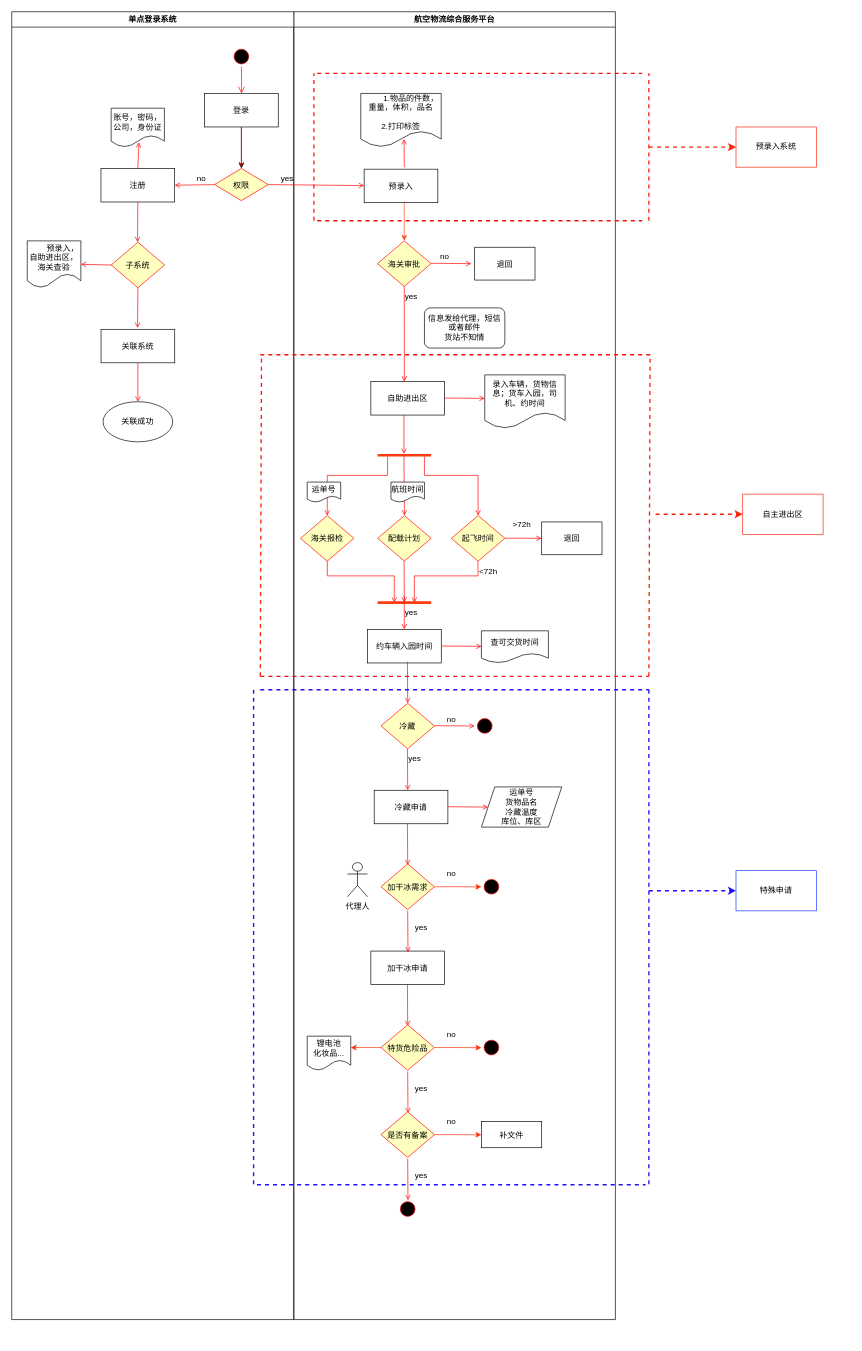
This is 交货流程.drawio from sheink21/NEW, a draw.io file, before an edit. Source tidied: cells renumbered, new cells numbered last; positions are measured from the earlier drawing's top-left corner, leaving out a move shared by most shapes. Both pictures are drawn from the tidied source at 67%, with x=0, y=0 at pixel (11, 11).
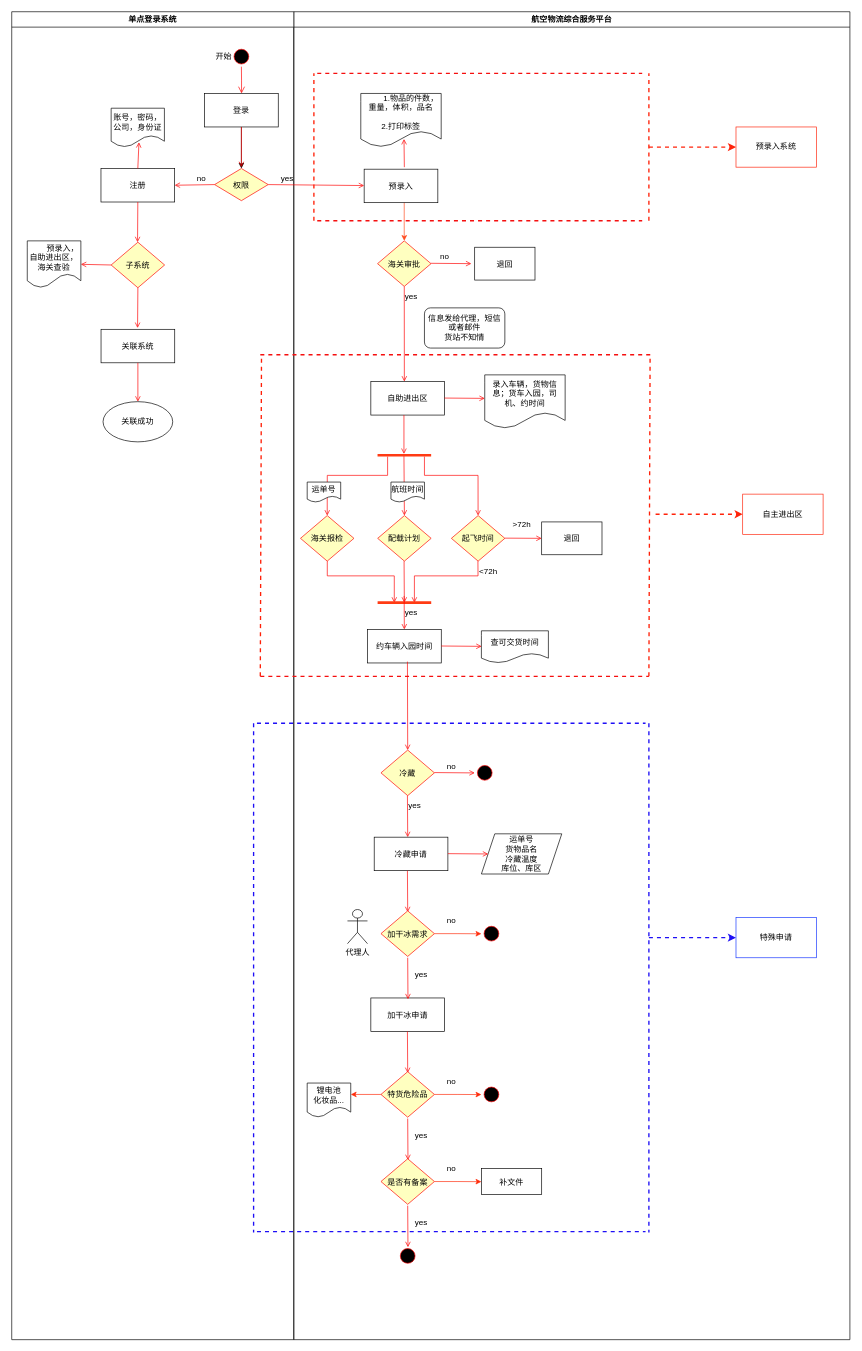
The same page after the edit.

Commit message (it also covers changes not shown here):
更新交货流程.drawio

Change to the diagram source:
```diff
@@
     <mxCell id="2" value="航空物流综合服务平台" style="swimlane;whiteSpace=wrap;" parent="1" vertex="1">
-      <mxGeometry x="421" width="480" height="1952" as="geometry" />
+      <mxGeometry x="421" width="830" height="1982" as="geometry" />
     </mxCell>
@@
+    <mxCell id="37" style="endArrow=open;strokeColor=#FF0000;endFill=1;rounded=0;exitX=0.5;exitY=1;exitDx=0;exitDy=0;entryX=0.5;entryY=0;entryDx=0;entryDy=0;" parent="2" edge="1" target="36">
+      <mxGeometry relative="1" as="geometry">
+        <mxPoint x="169.6" y="970" as="sourcePoint" />
+      </mxGeometry>
+    </mxCell>
+    <mxCell id="67" style="endArrow=none;dashed=1;html=1;rounded=0;strokeWidth=2;strokeColor=#f50f0f;" parent="2" edge="1">
+      <mxGeometry relative="1" as="geometry">
+        <mxPoint x="35" y="92" as="sourcePoint" />
+        <mxPoint x="520" y="92" as="targetPoint" />
+      </mxGeometry>
+    </mxCell>
+    <mxCell id="68" style="endArrow=none;dashed=1;html=1;rounded=0;strokeWidth=2;strokeColor=#f50f0f;" parent="2" edge="1">
+      <mxGeometry relative="1" as="geometry">
+        <mxPoint x="35" y="312" as="sourcePoint" />
+        <mxPoint x="520" y="312" as="targetPoint" />
+      </mxGeometry>
+    </mxCell>
+    <mxCell id="71" value="退回" parent="2" vertex="1">
+      <mxGeometry x="370" y="761.5" width="90" height="49" as="geometry" />
+    </mxCell>
+    <mxCell id="72" value="退回" parent="2" vertex="1">
+      <mxGeometry x="270" y="351.5" width="90" height="49" as="geometry" />
+    </mxCell>
     <mxCell id="36" value="冷藏" style="rhombus;fillColor=#ffffc0;strokeColor=#ff0000;" parent="2" vertex="1">
-      <mxGeometry x="130.1" y="1032" width="79.8" height="68" as="geometry" />
+      <mxGeometry x="130.1" y="1102" width="79.8" height="68" as="geometry" />
     </mxCell>
-    <mxCell id="37" style="endArrow=open;strokeColor=#FF0000;endFill=1;rounded=0;exitX=0.5;exitY=1;exitDx=0;exitDy=0;" parent="2" edge="1">
-      <mxGeometry relative="1" as="geometry">
-        <mxPoint x="169.6" y="970" as="sourcePoint" />
-        <mxPoint x="170" y="1032" as="targetPoint" />
-      </mxGeometry>
-    </mxCell>
     <mxCell id="38" style="endArrow=open;strokeColor=#FF0000;endFill=1;rounded=0;exitX=0.5;exitY=1;exitDx=0;exitDy=0;" parent="2" edge="1">
       <mxGeometry relative="1" as="geometry">
-        <mxPoint x="169.6" y="1100" as="sourcePoint" />
-        <mxPoint x="170" y="1162" as="targetPoint" />
+        <mxPoint x="169.6" y="1170" as="sourcePoint" />
+        <mxPoint x="170" y="1232" as="targetPoint" />
       </mxGeometry>
     </mxCell>
     <mxCell id="39" style="endArrow=open;strokeColor=#FF0000;endFill=1;rounded=0;exitX=1;exitY=0.5;exitDx=0;exitDy=0;" parent="2" edge="1">
       <mxGeometry relative="1" as="geometry">
-        <mxPoint x="209.9" y="1065.6" as="sourcePoint" />
-        <mxPoint x="270.1" y="1066.1" as="targetPoint" />
+        <mxPoint x="209.9" y="1135.6" as="sourcePoint" />
+        <mxPoint x="270.1" y="1136.1" as="targetPoint" />
       </mxGeometry>
     </mxCell>
     <mxCell id="40" value="no" style="text;html=1;align=center;verticalAlign=middle;strokeColor=none;fillColor=none;" parent="2" vertex="1">
-      <mxGeometry x="214.9" y="1042" width="40" height="30" as="geometry" />
+      <mxGeometry x="214.9" y="1112" width="40" height="30" as="geometry" />
     </mxCell>
     <mxCell id="41" value="冷藏申请" parent="2" vertex="1">
-      <mxGeometry x="120" y="1162" width="110" height="50" as="geometry" />
+      <mxGeometry x="120" y="1232" width="110" height="50" as="geometry" />
     </mxCell>
     <mxCell id="42" style="endArrow=open;strokeColor=#FF0000;endFill=1;rounded=0;exitX=0.5;exitY=1;exitDx=0;exitDy=0;" parent="2" edge="1">
       <mxGeometry relative="1" as="geometry">
-        <mxPoint x="169.6" y="1212" as="sourcePoint" />
-        <mxPoint x="170" y="1274" as="targetPoint" />
+        <mxPoint x="169.6" y="1282" as="sourcePoint" />
+        <mxPoint x="170" y="1344" as="targetPoint" />
       </mxGeometry>
     </mxCell>
     <mxCell id="43" value="运单号&lt;div&gt;货物品名&lt;/div&gt;&lt;div&gt;冷藏温度&lt;/div&gt;&lt;div&gt;库位、库区&lt;/div&gt;" style="shape=parallelogram;perimeter=parallelogramPerimeter;whiteSpace=wrap;html=1;fixedSize=1;" parent="2" vertex="1">
-      <mxGeometry x="280" y="1157" width="120" height="60" as="geometry" />
+      <mxGeometry x="280" y="1227" width="120" height="60" as="geometry" />
     </mxCell>
     <mxCell id="44" style="endArrow=open;strokeColor=#FF0000;endFill=1;rounded=0;exitX=1;exitY=0.5;exitDx=0;exitDy=0;" parent="2" edge="1">
       <mxGeometry relative="1" as="geometry">
-        <mxPoint x="230" y="1186.6" as="sourcePoint" />
-        <mxPoint x="290.2" y="1187.1" as="targetPoint" />
+        <mxPoint x="230" y="1256.6" as="sourcePoint" />
+        <mxPoint x="290.2" y="1257.1" as="targetPoint" />
       </mxGeometry>
     </mxCell>
     <mxCell id="45" style="edgeStyle=orthogonalEdgeStyle;rounded=0;jettySize=auto;html=1;exitX=1;exitY=0.5;exitDx=0;exitDy=0;strokeColor=#FF2B0A;" parent="2" edge="1" source="46">
       <mxGeometry relative="1" as="geometry">
-        <mxPoint x="280" y="1306.2" as="targetPoint" />
+        <mxPoint x="280" y="1376.2" as="targetPoint" />
       </mxGeometry>
     </mxCell>
     <mxCell id="46" value="加干冰需求" style="rhombus;fillColor=#ffffc0;strokeColor=#ff0000;" parent="2" vertex="1">
-      <mxGeometry x="130.1" y="1272" width="79.8" height="68" as="geometry" />
+      <mxGeometry x="130.1" y="1342" width="79.8" height="68" as="geometry" />
     </mxCell>
     <mxCell id="47" value="no" style="text;html=1;align=center;verticalAlign=middle;strokeColor=none;fillColor=none;" parent="2" vertex="1">
-      <mxGeometry x="215" y="1272" width="40" height="30" as="geometry" />
+      <mxGeometry x="215" y="1342" width="40" height="30" as="geometry" />
     </mxCell>
     <mxCell id="48" style="ellipse;shape=startState;fillColor=#000000;strokeColor=#ff0000;" parent="2" vertex="1">
-      <mxGeometry x="280" y="1291" width="30" height="30" as="geometry" />
+      <mxGeometry x="280" y="1361" width="30" height="30" as="geometry" />
     </mxCell>
     <mxCell id="49" style="ellipse;shape=startState;fillColor=#000000;strokeColor=#ff0000;" parent="2" vertex="1">
-      <mxGeometry x="270" y="1051" width="30" height="30" as="geometry" />
+      <mxGeometry x="270" y="1121" width="30" height="30" as="geometry" />
     </mxCell>
     <mxCell id="50" value="代理人" style="shape=umlActor;verticalLabelPosition=bottom;verticalAlign=top;html=1;" parent="2" vertex="1">
-      <mxGeometry x="80.1" y="1270" width="29.9" height="51" as="geometry" />
+      <mxGeometry x="80.1" y="1340" width="29.9" height="51" as="geometry" />
     </mxCell>
     <mxCell id="51" value="加干冰申请" parent="2" vertex="1">
-      <mxGeometry x="115" y="1402" width="110" height="50" as="geometry" />
+      <mxGeometry x="115" y="1472" width="110" height="50" as="geometry" />
     </mxCell>
     <mxCell id="52" style="endArrow=open;strokeColor=#FF0000;endFill=1;rounded=0;exitX=0.5;exitY=1;exitDx=0;exitDy=0;" parent="2" edge="1">
       <mxGeometry relative="1" as="geometry">
-        <mxPoint x="169.6" y="1452" as="sourcePoint" />
-        <mxPoint x="170" y="1514" as="targetPoint" />
+        <mxPoint x="169.6" y="1522" as="sourcePoint" />
+        <mxPoint x="170" y="1584" as="targetPoint" />
       </mxGeometry>
     </mxCell>
     <mxCell id="53" style="edgeStyle=orthogonalEdgeStyle;rounded=0;jettySize=auto;html=1;exitX=1;exitY=0.5;exitDx=0;exitDy=0;strokeColor=#FF2B0A;" parent="2" edge="1" source="54">
       <mxGeometry relative="1" as="geometry">
-        <mxPoint x="280" y="1546.2" as="targetPoint" />
+        <mxPoint x="280" y="1616.2" as="targetPoint" />
       </mxGeometry>
     </mxCell>
     <mxCell id="54" value="特货危险品" style="rhombus;fillColor=#ffffc0;strokeColor=#ff0000;" parent="2" vertex="1">
-      <mxGeometry x="130.1" y="1512" width="79.8" height="68" as="geometry" />
+      <mxGeometry x="130.1" y="1582" width="79.8" height="68" as="geometry" />
     </mxCell>
     <mxCell id="55" value="no" style="text;html=1;align=center;verticalAlign=middle;strokeColor=none;fillColor=none;" parent="2" vertex="1">
-      <mxGeometry x="215" y="1512" width="40" height="30" as="geometry" />
+      <mxGeometry x="215" y="1582" width="40" height="30" as="geometry" />
     </mxCell>
     <mxCell id="56" style="ellipse;shape=startState;fillColor=#000000;strokeColor=#ff0000;" parent="2" vertex="1">
-      <mxGeometry x="280" y="1531" width="30" height="30" as="geometry" />
+      <mxGeometry x="280" y="1601" width="30" height="30" as="geometry" />
     </mxCell>
     <mxCell id="57" style="endArrow=open;strokeColor=#FF0000;endFill=1;rounded=0;exitX=0.5;exitY=1;exitDx=0;exitDy=0;" parent="2" edge="1">
       <mxGeometry relative="1" as="geometry">
-        <mxPoint x="170" y="1582" as="sourcePoint" />
-        <mxPoint x="170.4" y="1644" as="targetPoint" />
+        <mxPoint x="170" y="1652" as="sourcePoint" />
+        <mxPoint x="170.4" y="1714" as="targetPoint" />
       </mxGeometry>
     </mxCell>
     <mxCell id="58" value="yes" style="text;html=1;align=center;verticalAlign=middle;strokeColor=none;fillColor=none;" parent="2" vertex="1">
-      <mxGeometry x="170" y="1592" width="40" height="30" as="geometry" />
+      <mxGeometry x="170" y="1662" width="40" height="30" as="geometry" />
     </mxCell>
     <mxCell id="59" value="锂电池&lt;div&gt;化妆品...&lt;/div&gt;" style="shape=document;whiteSpace=wrap;html=1;boundedLbl=1;" parent="2" vertex="1">
-      <mxGeometry x="20" y="1529" width="65" height="51" as="geometry" />
+      <mxGeometry x="20" y="1599" width="65" height="51" as="geometry" />
     </mxCell>
     <mxCell id="60" style="edgeStyle=orthogonalEdgeStyle;rounded=0;jettySize=auto;html=1;exitX=0;exitY=0.5;exitDx=0;exitDy=0;strokeColor=#FF2B0A;entryX=1.001;entryY=0.334;entryDx=0;entryDy=0;entryPerimeter=0;" parent="2" edge="1" source="54" target="59">
       <mxGeometry relative="1" as="geometry">
         <Array as="points">
-          <mxPoint x="90" y="1546" />
+          <mxPoint x="90" y="1616" />
         </Array>
       </mxGeometry>
     </mxCell>
     <mxCell id="61" style="edgeStyle=orthogonalEdgeStyle;rounded=0;jettySize=auto;html=1;exitX=1;exitY=0.5;exitDx=0;exitDy=0;strokeColor=#FF2B0A;" parent="2" edge="1" source="62">
       <mxGeometry relative="1" as="geometry">
-        <mxPoint x="280" y="1676.2" as="targetPoint" />
+        <mxPoint x="280" y="1746.2" as="targetPoint" />
       </mxGeometry>
     </mxCell>
     <mxCell id="62" value="是否有备案" style="rhombus;fillColor=#ffffc0;strokeColor=#ff0000;" parent="2" vertex="1">
-      <mxGeometry x="130.1" y="1642" width="79.8" height="68" as="geometry" />
+      <mxGeometry x="130.1" y="1712" width="79.8" height="68" as="geometry" />
     </mxCell>
     <mxCell id="63" value="no" style="text;html=1;align=center;verticalAlign=middle;strokeColor=none;fillColor=none;" parent="2" vertex="1">
-      <mxGeometry x="215" y="1642" width="40" height="30" as="geometry" />
+      <mxGeometry x="215" y="1712" width="40" height="30" as="geometry" />
     </mxCell>
     <mxCell id="64" style="endArrow=open;strokeColor=#FF0000;endFill=1;rounded=0;exitX=0.5;exitY=1;exitDx=0;exitDy=0;" parent="2" edge="1">
       <mxGeometry relative="1" as="geometry">
-        <mxPoint x="170" y="1712" as="sourcePoint" />
-        <mxPoint x="170.4" y="1774" as="targetPoint" />
+        <mxPoint x="170" y="1782" as="sourcePoint" />
+        <mxPoint x="170.4" y="1844" as="targetPoint" />
       </mxGeometry>
     </mxCell>
     <mxCell id="65" value="yes" style="text;html=1;align=center;verticalAlign=middle;strokeColor=none;fillColor=none;" parent="2" vertex="1">
-      <mxGeometry x="170" y="1722" width="40" height="30" as="geometry" />
+      <mxGeometry x="170" y="1792" width="40" height="30" as="geometry" />
     </mxCell>
     <mxCell id="66" value="补文件" parent="2" vertex="1">
-      <mxGeometry x="280" y="1656.5" width="90" height="39" as="geometry" />
+      <mxGeometry x="280" y="1726.5" width="90" height="39" as="geometry" />
     </mxCell>
-    <mxCell id="67" style="endArrow=none;dashed=1;html=1;rounded=0;strokeWidth=2;strokeColor=#f50f0f;" parent="2" edge="1">
-      <mxGeometry relative="1" as="geometry">
-        <mxPoint x="35" y="92" as="sourcePoint" />
-        <mxPoint x="520" y="92" as="targetPoint" />
-      </mxGeometry>
-    </mxCell>
-    <mxCell id="68" style="endArrow=none;dashed=1;html=1;rounded=0;strokeWidth=2;strokeColor=#f50f0f;" parent="2" edge="1">
-      <mxGeometry relative="1" as="geometry">
-        <mxPoint x="35" y="312" as="sourcePoint" />
-        <mxPoint x="520" y="312" as="targetPoint" />
-      </mxGeometry>
-    </mxCell>
     <mxCell id="69" style="endArrow=none;dashed=1;html=1;rounded=0;strokeWidth=2;strokeColor=#1E0FF5;" parent="2" edge="1">
       <mxGeometry relative="1" as="geometry">
-        <mxPoint x="-50" y="1012" as="sourcePoint" />
-        <mxPoint x="530" y="1012" as="targetPoint" />
+        <mxPoint x="-55" y="1062" as="sourcePoint" />
+        <mxPoint x="525" y="1062" as="targetPoint" />
       </mxGeometry>
     </mxCell>
     <mxCell id="70" style="endArrow=none;dashed=1;html=1;rounded=0;strokeWidth=2;strokeColor=#1E0FF5;" parent="2" edge="1">
       <mxGeometry relative="1" as="geometry">
-        <mxPoint x="-55" y="1750.8" as="sourcePoint" />
-        <mxPoint x="525" y="1750.8" as="targetPoint" />
+        <mxPoint x="-55" y="1820.8" as="sourcePoint" />
+        <mxPoint x="525" y="1820.8" as="targetPoint" />
       </mxGeometry>
     </mxCell>
-    <mxCell id="71" value="退回" parent="2" vertex="1">
-      <mxGeometry x="370" y="761.5" width="90" height="49" as="geometry" />
-    </mxCell>
-    <mxCell id="72" value="退回" parent="2" vertex="1">
-      <mxGeometry x="270" y="351.5" width="90" height="49" as="geometry" />
-    </mxCell>
+    <mxCell id="98" value="yes" style="text;html=1;align=center;verticalAlign=middle;strokeColor=none;fillColor=none;" parent="2" vertex="1">
+      <mxGeometry x="160" y="1170" width="40" height="30" as="geometry" />
+    </mxCell>
+    <mxCell id="99" style="endArrow=open;strokeColor=#FF0000;endFill=1;rounded=0;exitX=0.5;exitY=1;exitDx=0;exitDy=0;" parent="2" edge="1">
+      <mxGeometry relative="1" as="geometry">
+        <mxPoint x="170" y="1412" as="sourcePoint" />
+        <mxPoint x="170.4" y="1474" as="targetPoint" />
+      </mxGeometry>
+    </mxCell>
+    <mxCell id="100" value="yes" style="text;html=1;align=center;verticalAlign=middle;strokeColor=none;fillColor=none;" parent="2" vertex="1">
+      <mxGeometry x="170" y="1422" width="40" height="30" as="geometry" />
+    </mxCell>
+    <mxCell id="101" style="ellipse;shape=startState;fillColor=#000000;strokeColor=#ff0000;" parent="2" vertex="1">
+      <mxGeometry x="155" y="1842" width="30" height="30" as="geometry" />
+    </mxCell>
+    <mxCell id="107" style="endArrow=none;dashed=1;html=1;rounded=0;strokeWidth=2;strokeColor=#1E0FF5;" parent="2" edge="1">
+      <mxGeometry relative="1" as="geometry">
+        <mxPoint x="-60" y="1062" as="sourcePoint" />
+        <mxPoint x="-60" y="1822" as="targetPoint" />
+      </mxGeometry>
+    </mxCell>
+    <mxCell id="108" style="endArrow=none;dashed=1;html=1;rounded=0;strokeWidth=2;strokeColor=#1E0FF5;" parent="2" edge="1">
+      <mxGeometry relative="1" as="geometry">
+        <mxPoint x="530" y="1062" as="sourcePoint" />
+        <mxPoint x="530" y="1822" as="targetPoint" />
+      </mxGeometry>
+    </mxCell>
+    <mxCell id="109" style="endArrow=classic;dashed=1;html=1;rounded=0;strokeWidth=2;strokeColor=#1E0FF5;endFill=1;" parent="2" edge="1">
+      <mxGeometry relative="1" as="geometry">
+        <mxPoint x="530" y="1382" as="sourcePoint" />
+        <mxPoint x="660" y="1382" as="targetPoint" />
+      </mxGeometry>
+    </mxCell>
+    <mxCell id="110" value="特殊申请" style="rounded=0;whiteSpace=wrap;html=1;strokeColor=#1434FF;" parent="2" vertex="1">
+      <mxGeometry x="660" y="1352" width="120" height="60" as="geometry" />
+    </mxCell>
     <mxCell id="73" value="单点登录系统" style="swimlane;whiteSpace=wrap;" parent="1" vertex="1">
-      <mxGeometry width="421" height="1952" as="geometry" />
+      <mxGeometry width="421" height="1982" as="geometry" />
     </mxCell>
@@
+    <mxCell id="115" value="开始" style="text;html=1;align=center;verticalAlign=middle;strokeColor=none;fillColor=none;" parent="73" vertex="1">
+      <mxGeometry x="291" y="52" width="50" height="30" as="geometry" />
+    </mxCell>
@@
-    <mxCell id="98" value="yes" style="text;html=1;align=center;verticalAlign=middle;strokeColor=none;fillColor=none;" parent="1" vertex="1">
-      <mxGeometry x="581" y="1100" width="40" height="30" as="geometry" />
-    </mxCell>
-    <mxCell id="99" style="endArrow=open;strokeColor=#FF0000;endFill=1;rounded=0;exitX=0.5;exitY=1;exitDx=0;exitDy=0;" parent="1" edge="1">
-      <mxGeometry relative="1" as="geometry">
-        <mxPoint x="591" y="1342" as="sourcePoint" />
-        <mxPoint x="591.4" y="1404" as="targetPoint" />
-      </mxGeometry>
-    </mxCell>
-    <mxCell id="100" value="yes" style="text;html=1;align=center;verticalAlign=middle;strokeColor=none;fillColor=none;" parent="1" vertex="1">
-      <mxGeometry x="591" y="1352" width="40" height="30" as="geometry" />
-    </mxCell>
-    <mxCell id="101" style="ellipse;shape=startState;fillColor=#000000;strokeColor=#ff0000;" parent="1" vertex="1">
-      <mxGeometry x="576" y="1772" width="30" height="30" as="geometry" />
-    </mxCell>
@@
-    <mxCell id="107" style="endArrow=none;dashed=1;html=1;rounded=0;strokeWidth=2;strokeColor=#1E0FF5;" parent="1" edge="1">
-      <mxGeometry relative="1" as="geometry">
-        <mxPoint x="361" y="1012" as="sourcePoint" />
-        <mxPoint x="361" y="1752" as="targetPoint" />
-      </mxGeometry>
-    </mxCell>
-    <mxCell id="108" style="endArrow=none;dashed=1;html=1;rounded=0;strokeWidth=2;strokeColor=#1E0FF5;" parent="1" edge="1">
-      <mxGeometry relative="1" as="geometry">
-        <mxPoint x="951" y="1012" as="sourcePoint" />
-        <mxPoint x="951" y="1752" as="targetPoint" />
-      </mxGeometry>
-    </mxCell>
-    <mxCell id="109" style="endArrow=classic;dashed=1;html=1;rounded=0;strokeWidth=2;strokeColor=#1E0FF5;endFill=1;" parent="1" edge="1">
-      <mxGeometry relative="1" as="geometry">
-        <mxPoint x="951" y="1312" as="sourcePoint" />
-        <mxPoint x="1081" y="1312" as="targetPoint" />
-      </mxGeometry>
-    </mxCell>
-    <mxCell id="110" value="特殊申请" style="rounded=0;whiteSpace=wrap;html=1;strokeColor=#1434FF;" parent="1" vertex="1">
-      <mxGeometry x="1081" y="1282" width="120" height="60" as="geometry" />
-    </mxCell>
```
